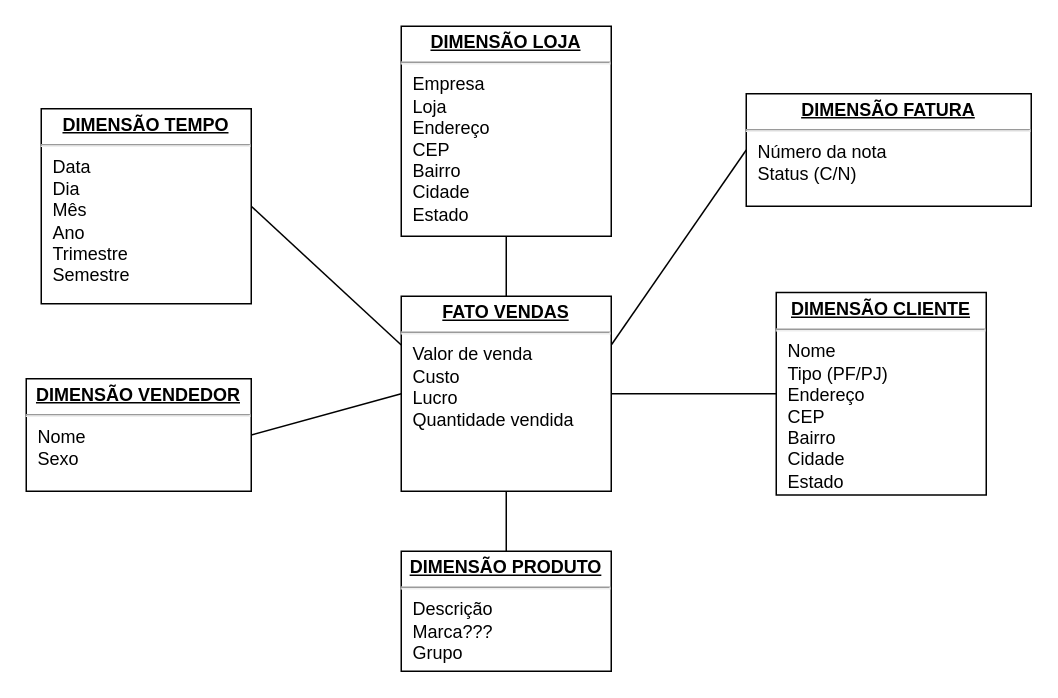
This is Modelo_Conceitual.drawio from fabiohb/uni7-implementacao-projetos-bi, a draw.io file, before an edit. Source tidied: cells renumbered, new cells numbered last; positions are measured from the earlier drawing's top-left corner, leaving out a move shared by most shapes. Both pictures are drawn from the tidied source at 150%, with x=0, y=0 at pixel (26, 26).
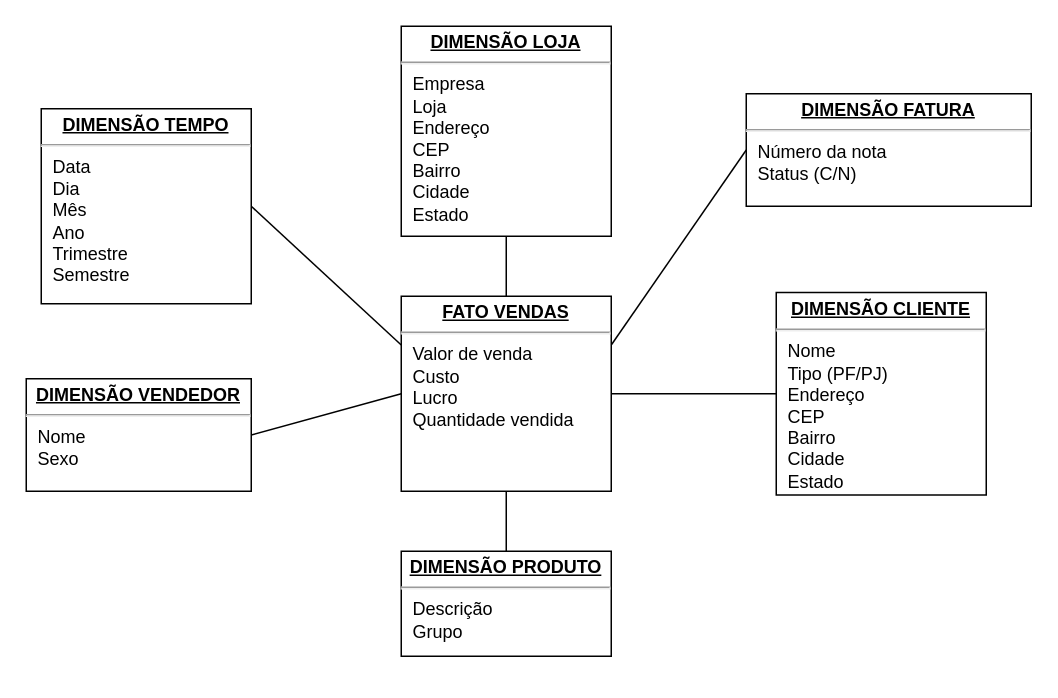
The same diagram, later.

Commit message (it also covers changes not shown here):
Carga da tabela dimensão produto

Diff of the diagram source:
```diff
@@
 <mxGraphModel background="#ffffff">
   <root>
     <mxCell id="0" />
     <mxCell id="1" parent="0" />
     <mxCell id="2" style="rounded=0;jettySize=auto;html=1;endArrow=none;endFill=0;exitX=0.5;exitY=0;exitDx=0;exitDy=0;entryX=0.5;entryY=1;entryDx=0;entryDy=0;" parent="1" edge="1" source="8" target="10">
       <mxGeometry relative="1" as="geometry" />
     </mxCell>
     <mxCell id="3" style="rounded=0;jettySize=auto;html=1;endArrow=none;endFill=0;entryX=1;entryY=0.5;entryDx=0;entryDy=0;exitX=0;exitY=0.25;exitDx=0;exitDy=0;" parent="1" edge="1" source="8" target="9">
       <mxGeometry relative="1" as="geometry" />
     </mxCell>
     <mxCell id="4" style="rounded=0;jettySize=auto;html=1;endArrow=none;endFill=0;" parent="1" edge="1" source="8" target="13">
       <mxGeometry relative="1" as="geometry" />
     </mxCell>
     <mxCell id="5" style="rounded=0;jettySize=auto;html=1;endArrow=none;endFill=0;exitX=0;exitY=0.5;exitDx=0;exitDy=0;entryX=1;entryY=0.5;entryDx=0;entryDy=0;" parent="1" edge="1" source="8" target="12">
       <mxGeometry relative="1" as="geometry" />
     </mxCell>
     <mxCell id="6" style="edgeStyle=none;rounded=0;jettySize=auto;html=1;entryX=0;entryY=0.5;entryDx=0;entryDy=0;endArrow=none;endFill=0;exitX=1;exitY=0.5;exitDx=0;exitDy=0;" parent="1" edge="1" source="8" target="11">
       <mxGeometry relative="1" as="geometry" />
     </mxCell>
     <mxCell id="7" style="edgeStyle=none;rounded=0;jettySize=auto;html=1;entryX=0;entryY=0.5;entryDx=0;entryDy=0;endArrow=none;endFill=0;exitX=1;exitY=0.25;exitDx=0;exitDy=0;" parent="1" edge="1" source="8" target="14">
       <mxGeometry relative="1" as="geometry" />
     </mxCell>
     <mxCell id="8" value="&lt;p style=&quot;margin: 0px ; margin-top: 4px ; text-align: center ; text-decoration: underline&quot;&gt;&lt;b&gt;FATO VENDAS&lt;/b&gt;&lt;/p&gt;&lt;hr&gt;&lt;p style=&quot;margin: 0px ; margin-left: 8px&quot;&gt;Valor de venda&lt;/p&gt;&lt;p style=&quot;margin: 0px ; margin-left: 8px&quot;&gt;Custo&lt;/p&gt;&lt;p style=&quot;margin: 0px ; margin-left: 8px&quot;&gt;Lucro&lt;/p&gt;&lt;p style=&quot;margin: 0px ; margin-left: 8px&quot;&gt;Quantidade vendida&lt;/p&gt;" style="verticalAlign=top;align=left;overflow=fill;fontSize=12;fontFamily=Helvetica;html=1;rounded=0;shadow=0;comic=0;labelBackgroundColor=none;strokeWidth=1;" parent="1" vertex="1">
       <mxGeometry x="250" y="180" width="140" height="130" as="geometry" />
     </mxCell>
     <mxCell id="9" value="&lt;p style=&quot;margin: 0px ; margin-top: 4px ; text-align: center ; text-decoration: underline&quot;&gt;&lt;b&gt;DIMENSÃO TEMPO&lt;/b&gt;&lt;/p&gt;&lt;hr&gt;&lt;p style=&quot;margin: 0px ; margin-left: 8px&quot;&gt;Data&lt;/p&gt;&lt;p style=&quot;margin: 0px ; margin-left: 8px&quot;&gt;Dia&lt;/p&gt;&lt;p style=&quot;margin: 0px ; margin-left: 8px&quot;&gt;Mês&lt;/p&gt;&lt;p style=&quot;margin: 0px ; margin-left: 8px&quot;&gt;Ano&lt;/p&gt;&lt;p style=&quot;margin: 0px ; margin-left: 8px&quot;&gt;Trimestre&lt;/p&gt;&lt;p style=&quot;margin: 0px ; margin-left: 8px&quot;&gt;Semestre&lt;/p&gt;&lt;p style=&quot;margin: 0px ; margin-left: 8px&quot;&gt;&lt;br&gt;&lt;/p&gt;" style="verticalAlign=top;align=left;overflow=fill;fontSize=12;fontFamily=Helvetica;html=1;rounded=0;shadow=0;comic=0;labelBackgroundColor=none;strokeWidth=1;" parent="1" vertex="1">
       <mxGeometry x="10" y="55" width="140" height="130" as="geometry" />
     </mxCell>
     <mxCell id="10" value="&lt;p style=&quot;margin: 0px ; margin-top: 4px ; text-align: center ; text-decoration: underline&quot;&gt;&lt;b&gt;DIMENSÃO LOJA&lt;/b&gt;&lt;/p&gt;&lt;hr&gt;&lt;p style=&quot;margin: 0px ; margin-left: 8px&quot;&gt;Empresa&lt;/p&gt;&lt;p style=&quot;margin: 0px ; margin-left: 8px&quot;&gt;&lt;span&gt;Loja&lt;/span&gt;&lt;br&gt;&lt;/p&gt;&lt;p style=&quot;margin: 0px ; margin-left: 8px&quot;&gt;&lt;span&gt;Endereço&lt;/span&gt;&lt;br&gt;&lt;/p&gt;&lt;p style=&quot;margin: 0px 0px 0px 8px&quot;&gt;CEP&lt;/p&gt;&lt;p style=&quot;margin: 0px 0px 0px 8px&quot;&gt;Bairro&lt;/p&gt;&lt;p style=&quot;margin: 0px 0px 0px 8px&quot;&gt;Cidade&lt;/p&gt;&lt;p style=&quot;margin: 0px 0px 0px 8px&quot;&gt;Estado&lt;/p&gt;" style="verticalAlign=top;align=left;overflow=fill;fontSize=12;fontFamily=Helvetica;html=1;rounded=0;shadow=0;comic=0;labelBackgroundColor=none;strokeWidth=1;" parent="1" vertex="1">
       <mxGeometry x="250" width="140" height="140" as="geometry" />
     </mxCell>
     <mxCell id="11" value="&lt;p style=&quot;margin: 0px ; margin-top: 4px ; text-align: center ; text-decoration: underline&quot;&gt;&lt;b&gt;DIMENSÃO CLIENTE&lt;/b&gt;&lt;/p&gt;&lt;hr&gt;&lt;p style=&quot;margin: 0px ; margin-left: 8px&quot;&gt;Nome&lt;/p&gt;&lt;p style=&quot;margin: 0px ; margin-left: 8px&quot;&gt;Tipo (PF/PJ)&lt;/p&gt;&lt;p style=&quot;margin: 0px ; margin-left: 8px&quot;&gt;Endereço&lt;/p&gt;&lt;p style=&quot;margin: 0px ; margin-left: 8px&quot;&gt;CEP&lt;/p&gt;&lt;p style=&quot;margin: 0px ; margin-left: 8px&quot;&gt;Bairro&lt;/p&gt;&lt;p style=&quot;margin: 0px ; margin-left: 8px&quot;&gt;Cidade&lt;/p&gt;&lt;p style=&quot;margin: 0px ; margin-left: 8px&quot;&gt;Estado&lt;/p&gt;" style="verticalAlign=top;align=left;overflow=fill;fontSize=12;fontFamily=Helvetica;html=1;rounded=0;shadow=0;comic=0;labelBackgroundColor=none;strokeWidth=1;" parent="1" vertex="1">
       <mxGeometry x="500" y="177.5" width="140" height="135" as="geometry" />
     </mxCell>
     <mxCell id="12" value="&lt;p style=&quot;margin: 0px ; margin-top: 4px ; text-align: center ; text-decoration: underline&quot;&gt;&lt;b&gt;DIMENSÃO VENDEDOR&lt;/b&gt;&lt;/p&gt;&lt;hr&gt;&lt;p style=&quot;margin: 0px ; margin-left: 8px&quot;&gt;Nome&lt;br&gt;&lt;/p&gt;&lt;p style=&quot;margin: 0px ; margin-left: 8px&quot;&gt;Sexo&lt;/p&gt;&lt;p style=&quot;margin: 0px ; margin-left: 8px&quot;&gt;&lt;br&gt;&lt;/p&gt;" style="verticalAlign=top;align=left;overflow=fill;fontSize=12;fontFamily=Helvetica;html=1;rounded=0;shadow=0;comic=0;labelBackgroundColor=none;strokeWidth=1;" parent="1" vertex="1">
       <mxGeometry y="235" width="150" height="75" as="geometry" />
     </mxCell>
-    <mxCell id="13" value="&lt;p style=&quot;margin: 0px ; margin-top: 4px ; text-align: center ; text-decoration: underline&quot;&gt;&lt;b&gt;DIMENSÃO PRODUTO&lt;/b&gt;&lt;/p&gt;&lt;hr&gt;&lt;p style=&quot;margin: 0px ; margin-left: 8px&quot;&gt;Descrição&lt;br&gt;&lt;/p&gt;&lt;p style=&quot;margin: 0px ; margin-left: 8px&quot;&gt;Marca???&lt;/p&gt;&lt;p style=&quot;margin: 0px ; margin-left: 8px&quot;&gt;Grupo&lt;/p&gt;" style="verticalAlign=top;align=left;overflow=fill;fontSize=12;fontFamily=Helvetica;html=1;rounded=0;shadow=0;comic=0;labelBackgroundColor=none;strokeWidth=1;" parent="1" vertex="1">
-      <mxGeometry x="250" y="350" width="140" height="80" as="geometry" />
+    <mxCell id="13" value="&lt;p style=&quot;margin: 0px ; margin-top: 4px ; text-align: center ; text-decoration: underline&quot;&gt;&lt;b&gt;DIMENSÃO PRODUTO&lt;/b&gt;&lt;/p&gt;&lt;hr&gt;&lt;p style=&quot;margin: 0px ; margin-left: 8px&quot;&gt;Descrição&lt;br&gt;&lt;/p&gt;&lt;p style=&quot;margin: 0px ; margin-left: 8px&quot;&gt;&lt;span&gt;Grupo&lt;/span&gt;&lt;br&gt;&lt;/p&gt;" style="verticalAlign=top;align=left;overflow=fill;fontSize=12;fontFamily=Helvetica;html=1;rounded=0;shadow=0;comic=0;labelBackgroundColor=none;strokeWidth=1;" parent="1" vertex="1">
+      <mxGeometry x="250" y="350" width="140" height="70" as="geometry" />
     </mxCell>
     <mxCell id="14" value="&lt;p style=&quot;margin: 0px ; margin-top: 4px ; text-align: center ; text-decoration: underline&quot;&gt;&lt;b&gt;DIMENSÃO FATURA&lt;/b&gt;&lt;/p&gt;&lt;hr&gt;&lt;p style=&quot;margin: 0px ; margin-left: 8px&quot;&gt;Número da nota&lt;/p&gt;&lt;p style=&quot;margin: 0px ; margin-left: 8px&quot;&gt;Status (C/N)&lt;/p&gt;&lt;p style=&quot;margin: 0px ; margin-left: 8px&quot;&gt;&lt;br&gt;&lt;/p&gt;" style="verticalAlign=top;align=left;overflow=fill;fontSize=12;fontFamily=Helvetica;html=1;rounded=0;shadow=0;comic=0;labelBackgroundColor=none;strokeWidth=1;" parent="1" vertex="1">
       <mxGeometry x="480" y="45" width="190" height="75" as="geometry" />
     </mxCell>
   </root>
 </mxGraphModel>
```
